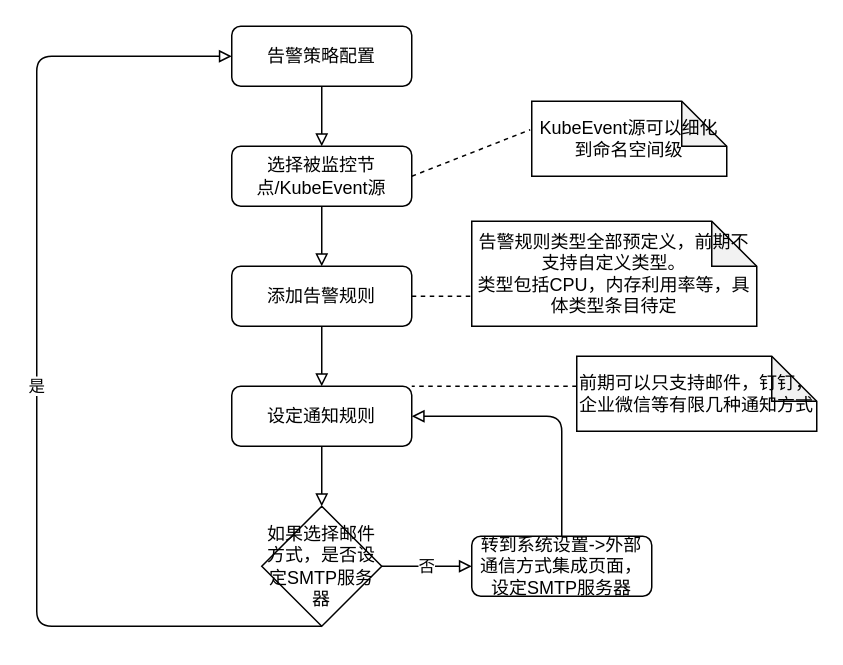
MingZhang-YBPS/MCP-draw.io keeps this draw.io diagram as 集群告警流程图.drawio. Above is the earlier version. Source tidied: cells renumbered, new cells numbered last; positions are measured from the earlier drawing's top-left corner, leaving out a move shared by most shapes. Both pictures are drawn from the tidied source at 150%, with x=0, y=0 at pixel (36, 26).
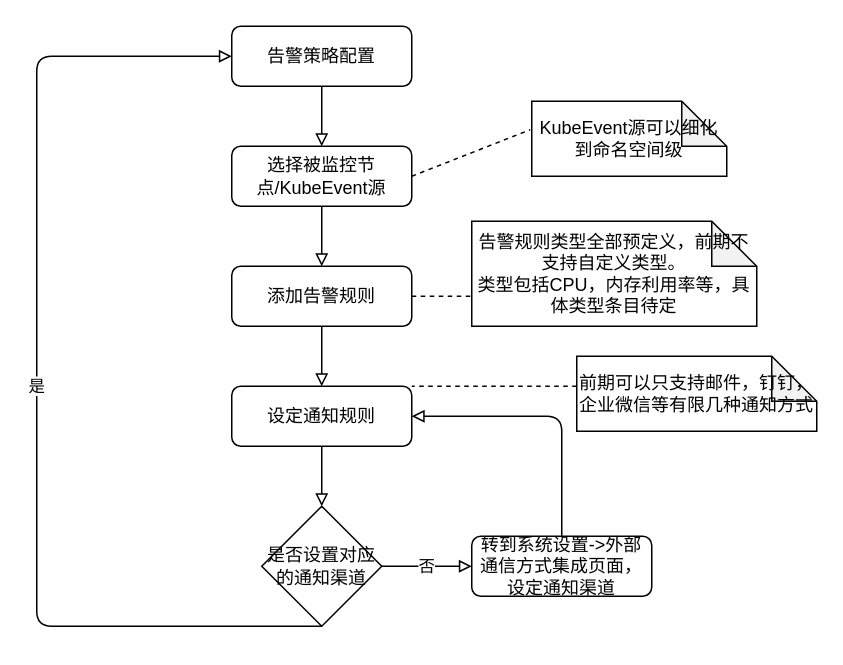
Above is the later version.

Commit message (it also covers changes not shown here):
Update 集群告警流程图.drawio

What changed in the source:
```diff
@@
-    <mxCell id="13" value="如果选择邮件方式，是否设定SMTP服务器" style="rhombus;whiteSpace=wrap;html=1;" parent="1" vertex="1">
+    <mxCell id="13" value="是否设置对应的通知渠道" style="rhombus;whiteSpace=wrap;html=1;" parent="1" vertex="1">
       <mxGeometry x="150" y="320" width="80" height="80" as="geometry" />
     </mxCell>
@@
-    <mxCell id="15" value="转到系统设置-&amp;gt;外部通信方式集成页面，设定SMTP服务器" style="rounded=1;whiteSpace=wrap;html=1;" parent="1" vertex="1">
+    <mxCell id="15" value="转到系统设置-&amp;gt;外部通信方式集成页面，设定通知渠道" style="rounded=1;whiteSpace=wrap;html=1;" parent="1" vertex="1">
       <mxGeometry x="290" y="340" width="120" height="40" as="geometry" />
     </mxCell>
```
